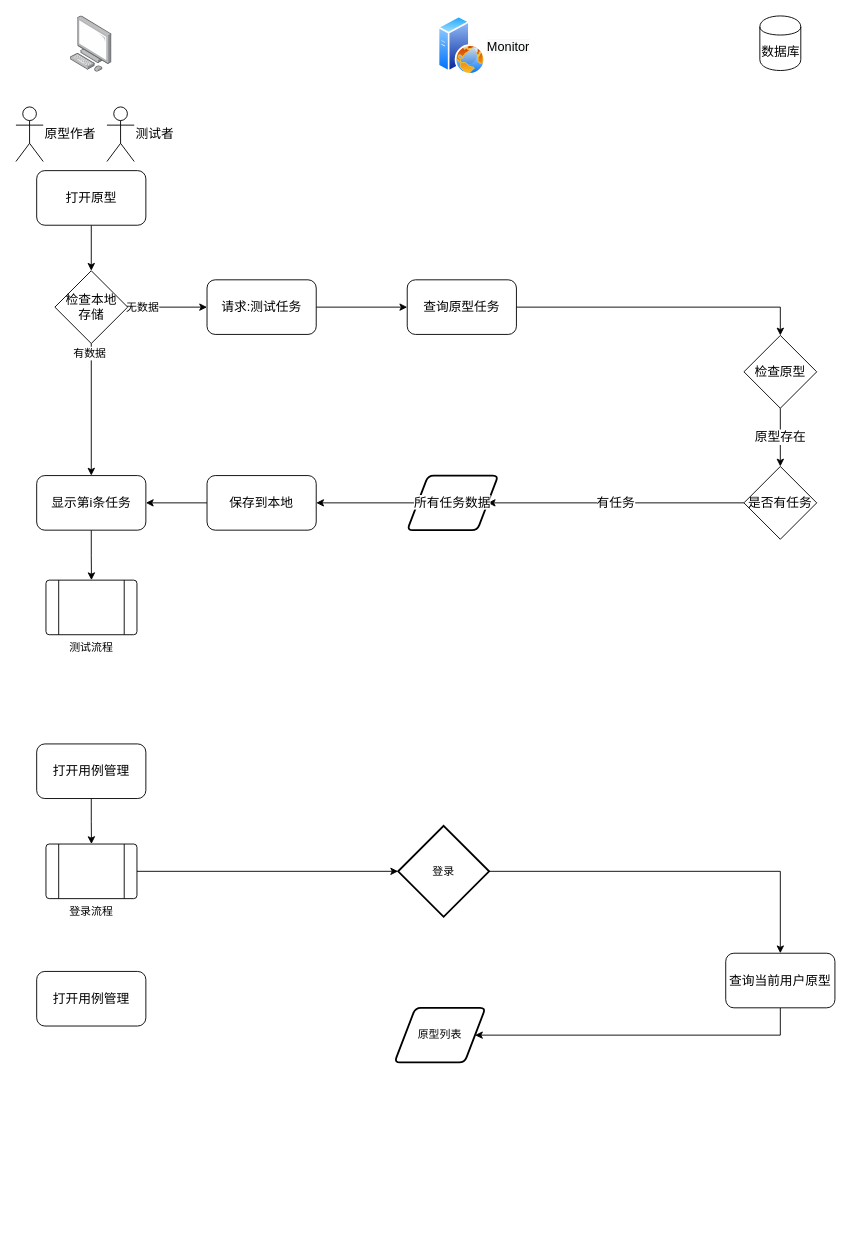
This is prototester.drawio from onlyzlc/prototester, a draw.io file, before an edit. Source tidied: cells renumbered, new cells numbered last; positions are measured from the earlier drawing's top-left corner, leaving out a move shared by most shapes. Both pictures are drawn from the tidied source at 91%, with x=0, y=0 at pixel (15, 15).
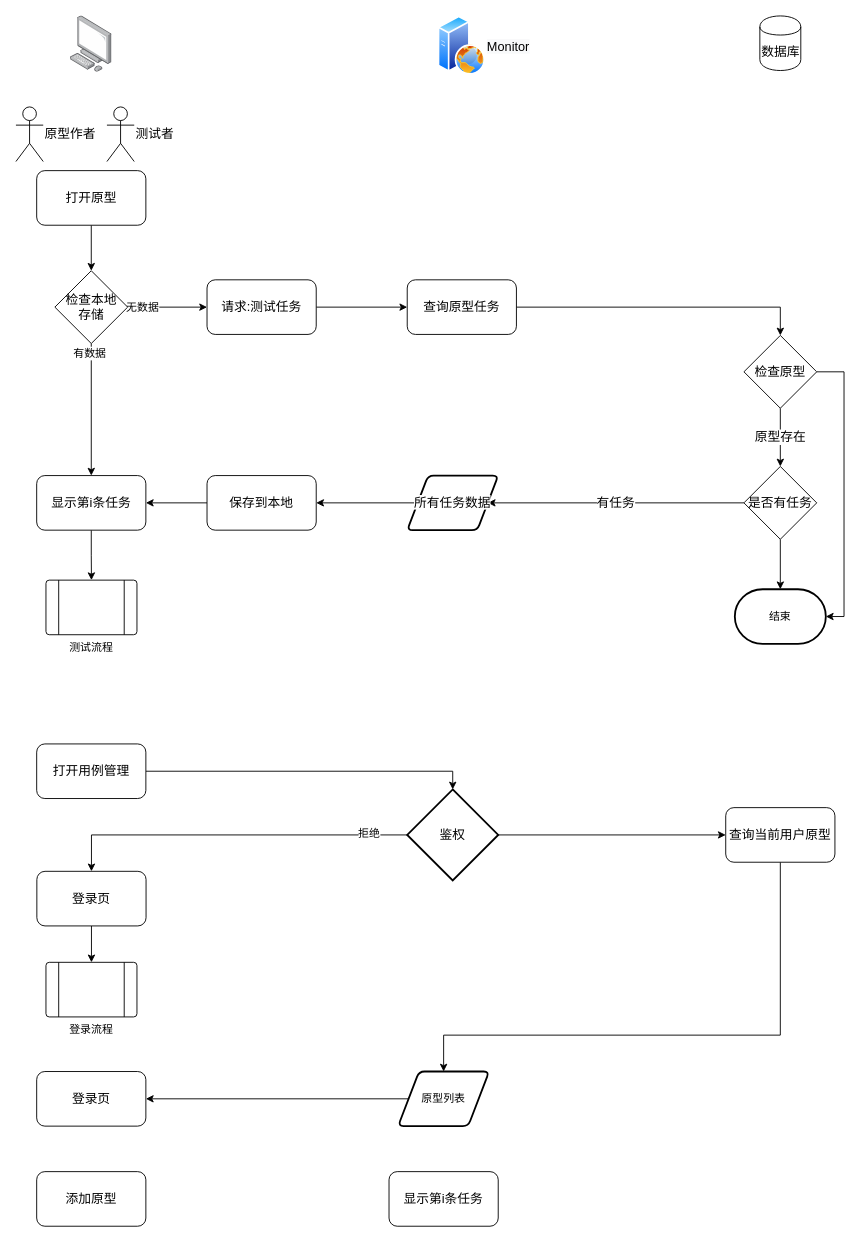
Above is the later version.

The change refers to these unchanged cells:
```xml
<mxCell id="16" value="检查原型" style="rhombus;whiteSpace=wrap;html=1;fontSize=14;align=center;" parent="1" vertex="1">
  <mxGeometry x="800" y="351.1" width="80" height="80" as="geometry" />
</mxCell>
<mxCell id="18" value="是否有任务" style="rhombus;whiteSpace=wrap;html=1;fontSize=14;align=center;" parent="1" vertex="1">
  <mxGeometry x="800" y="495.1" width="80" height="80" as="geometry" />
</mxCell>
<mxCell id="30" value="打开用例管理" style="rounded=1;whiteSpace=wrap;html=1;fontSize=14;align=center;" parent="1" vertex="1">
  <mxGeometry x="22.8" y="800" width="120" height="60" as="geometry" />
</mxCell>
```

The edit, as a diff of the source:
```diff
@@
+    <mxCell id="40" style="edgeStyle=orthogonalEdgeStyle;rounded=0;jettySize=auto;html=1;entryX=1;entryY=0.5;entryDx=0;entryDy=0;entryPerimeter=0;exitX=1;exitY=0.5;exitDx=0;exitDy=0;" parent="1" edge="1" source="16" target="43">
+      <mxGeometry relative="1" as="geometry" />
+    </mxCell>
@@
+    <mxCell id="41" style="edgeStyle=orthogonalEdgeStyle;rounded=0;jettySize=auto;html=1;exitX=0.5;exitY=1;exitDx=0;exitDy=0;entryX=0.5;entryY=0;entryDx=0;entryDy=0;entryPerimeter=0;" parent="1" edge="1" source="18" target="43">
+      <mxGeometry relative="1" as="geometry" />
+    </mxCell>
@@
-    <mxCell id="29" style="edgeStyle=orthogonalEdgeStyle;rounded=0;jettySize=auto;html=1;exitX=0.5;exitY=1;exitDx=0;exitDy=0;entryX=0.5;entryY=0;entryDx=0;entryDy=0;" parent="1" edge="1" source="30" target="33">
+    <mxCell id="29" style="edgeStyle=orthogonalEdgeStyle;rounded=0;jettySize=auto;html=1;exitX=1;exitY=0.5;exitDx=0;exitDy=0;entryX=0.5;entryY=0;entryDx=0;entryDy=0;entryPerimeter=0;" parent="1" edge="1" source="30" target="48">
       <mxGeometry relative="1" as="geometry" />
     </mxCell>
@@
-    <mxCell id="32" style="edgeStyle=orthogonalEdgeStyle;rounded=0;jettySize=auto;html=1;entryX=0;entryY=0.5;entryDx=0;entryDy=0;entryPerimeter=0;" parent="1" edge="1" source="33" target="37">
-      <mxGeometry relative="1" as="geometry" />
-    </mxCell>
-    <mxCell id="33" value="登录流程" style="verticalLabelPosition=bottom;verticalAlign=top;html=1;shape=process;whiteSpace=wrap;rounded=1;size=0.14;arcSize=6;" parent="1" vertex="1">
-      <mxGeometry x="33" y="910" width="100" height="60" as="geometry" />
-    </mxCell>
     <mxCell id="34" style="edgeStyle=orthogonalEdgeStyle;rounded=0;jettySize=auto;html=1;exitX=0.5;exitY=1;exitDx=0;exitDy=0;" parent="1" edge="1" source="35" target="38">
-      <mxGeometry relative="1" as="geometry" />
+      <mxGeometry relative="1" as="geometry">
+        <Array as="points">
+          <mxPoint x="840" y="1120" />
+          <mxPoint x="470" y="1120" />
+        </Array>
+      </mxGeometry>
     </mxCell>
     <mxCell id="35" value="查询当前用户原型" style="rounded=1;whiteSpace=wrap;html=1;fontSize=14;align=center;" parent="1" vertex="1">
-      <mxGeometry x="780" y="1030" width="120" height="60" as="geometry" />
+      <mxGeometry x="780" y="870" width="120" height="60" as="geometry" />
     </mxCell>
-    <mxCell id="36" style="edgeStyle=orthogonalEdgeStyle;rounded=0;jettySize=auto;html=1;exitX=1;exitY=0.5;exitDx=0;exitDy=0;exitPerimeter=0;entryX=0.5;entryY=0;entryDx=0;entryDy=0;" parent="1" edge="1" source="37" target="35">
-      <mxGeometry relative="1" as="geometry" />
-    </mxCell>
-    <mxCell id="37" value="登录" style="strokeWidth=2;html=1;shape=mxgraph.flowchart.decision;whiteSpace=wrap;" parent="1" vertex="1">
-      <mxGeometry x="420" y="890" width="100" height="100" as="geometry" />
-    </mxCell>
+    <mxCell id="42" style="edgeStyle=orthogonalEdgeStyle;rounded=0;jettySize=auto;html=1;exitX=0;exitY=0.5;exitDx=0;exitDy=0;entryX=1;entryY=0.5;entryDx=0;entryDy=0;" parent="1" edge="1" source="38" target="51">
+      <mxGeometry relative="1" as="geometry" />
+    </mxCell>
     <mxCell id="38" value="原型列表" style="shape=parallelogram;html=1;strokeWidth=2;perimeter=parallelogramPerimeter;whiteSpace=wrap;rounded=1;arcSize=12;size=0.23;" parent="1" vertex="1">
-      <mxGeometry x="416" y="1090" width="100" height="60" as="geometry" />
+      <mxGeometry x="420" y="1160" width="100" height="60" as="geometry" />
     </mxCell>
-    <mxCell id="39" value="打开用例管理" style="rounded=1;whiteSpace=wrap;html=1;fontSize=14;align=center;" parent="1" vertex="1">
-      <mxGeometry x="22.8" y="1050" width="120" height="60" as="geometry" />
+    <mxCell id="39" value="添加原型" style="rounded=1;whiteSpace=wrap;html=1;fontSize=14;align=center;" parent="1" vertex="1">
+      <mxGeometry x="22.8" y="1270" width="120" height="60" as="geometry" />
     </mxCell>
+    <mxCell id="43" value="结束" style="strokeWidth=2;html=1;shape=mxgraph.flowchart.terminator;whiteSpace=wrap;" parent="1" vertex="1">
+      <mxGeometry x="790" y="630" width="100" height="60" as="geometry" />
+    </mxCell>
+    <mxCell id="44" value="显示第i条任务" style="rounded=1;whiteSpace=wrap;html=1;fontSize=14;align=center;" parent="1" vertex="1">
+      <mxGeometry x="410" y="1270" width="120" height="60" as="geometry" />
+    </mxCell>
+    <mxCell id="45" style="edgeStyle=orthogonalEdgeStyle;rounded=0;jettySize=auto;html=1;exitX=0;exitY=0.5;exitDx=0;exitDy=0;exitPerimeter=0;entryX=0.5;entryY=0;entryDx=0;entryDy=0;" parent="1" edge="1" source="48" target="50">
+      <mxGeometry relative="1" as="geometry" />
+    </mxCell>
+    <mxCell id="46" value="拒绝" style="text;html=1;align=center;verticalAlign=middle;labelBackgroundColor=#ffffff;" parent="45" vertex="1">
+      <mxGeometry x="-0.78" y="-2" relative="1" as="geometry" />
+    </mxCell>
+    <mxCell id="47" style="edgeStyle=orthogonalEdgeStyle;rounded=0;jettySize=auto;html=1;exitX=1;exitY=0.5;exitDx=0;exitDy=0;exitPerimeter=0;entryX=0;entryY=0.5;entryDx=0;entryDy=0;" parent="1" edge="1" source="48" target="35">
+      <mxGeometry relative="1" as="geometry" />
+    </mxCell>
+    <mxCell id="48" value="&lt;span style=&quot;font-size: 14px ; white-space: normal&quot;&gt;鉴权&lt;/span&gt;" style="strokeWidth=2;html=1;shape=mxgraph.flowchart.decision;whiteSpace=wrap;" parent="1" vertex="1">
+      <mxGeometry x="430" y="850" width="100" height="100" as="geometry" />
+    </mxCell>
+    <mxCell id="33" value="登录流程" style="verticalLabelPosition=bottom;verticalAlign=top;html=1;shape=process;whiteSpace=wrap;rounded=1;size=0.14;arcSize=6;" parent="1" vertex="1">
+      <mxGeometry x="33" y="1040" width="100" height="60" as="geometry" />
+    </mxCell>
+    <mxCell id="49" style="edgeStyle=orthogonalEdgeStyle;rounded=0;jettySize=auto;html=1;exitX=0.5;exitY=1;exitDx=0;exitDy=0;entryX=0.5;entryY=0;entryDx=0;entryDy=0;" parent="1" edge="1" source="50" target="33">
+      <mxGeometry relative="1" as="geometry" />
+    </mxCell>
+    <mxCell id="50" value="登录页" style="rounded=1;whiteSpace=wrap;html=1;fontSize=14;align=center;" parent="1" vertex="1">
+      <mxGeometry x="23" y="940" width="120" height="60" as="geometry" />
+    </mxCell>
+    <mxCell id="51" value="登录页" style="rounded=1;whiteSpace=wrap;html=1;fontSize=14;align=center;" parent="1" vertex="1">
+      <mxGeometry x="22.8" y="1160" width="120" height="60" as="geometry" />
+    </mxCell>
```
